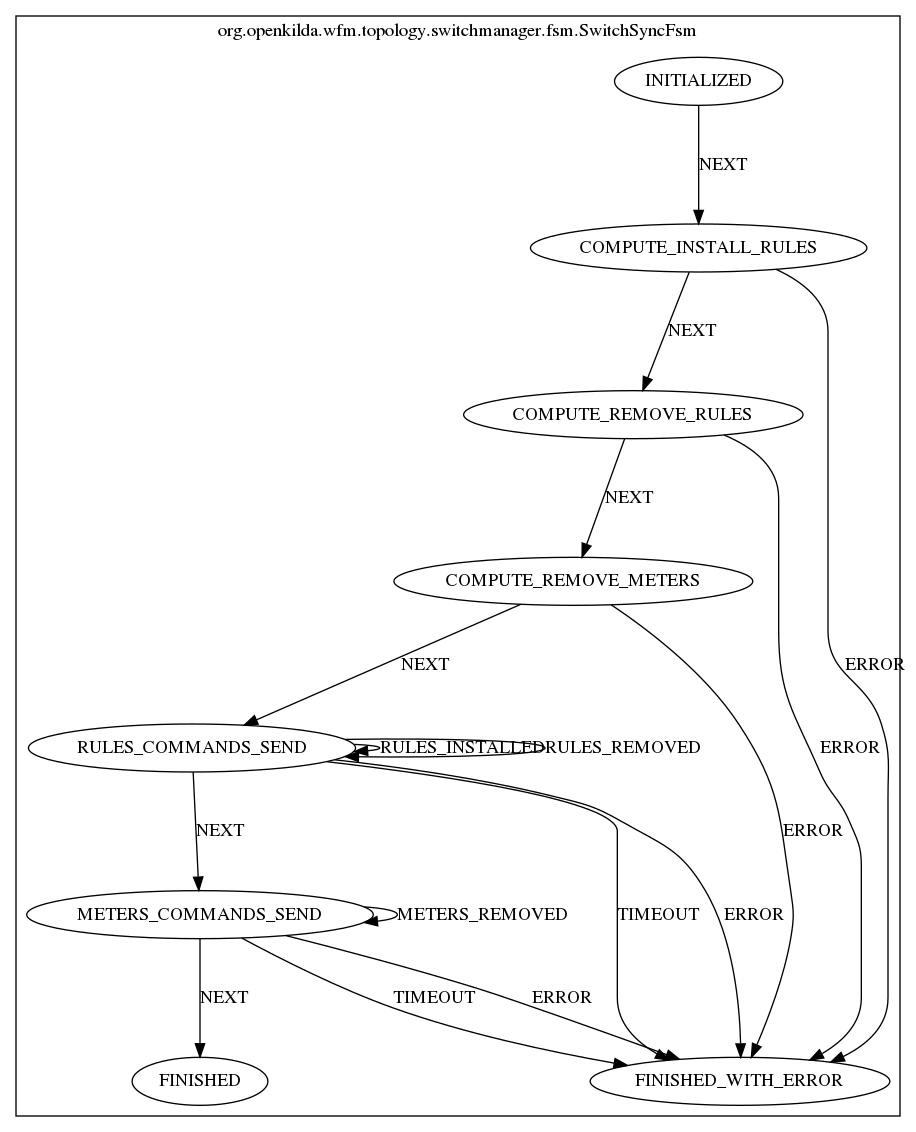
Earlier version of the Graphviz export docs/design/hub-and-spoke/switch-sync/switch-sync-fsm.png (telstra/open-kilda). Its source is kept beside it as docs/design/hub-and-spoke/switch-sync/switch-sync-fsm.dot.
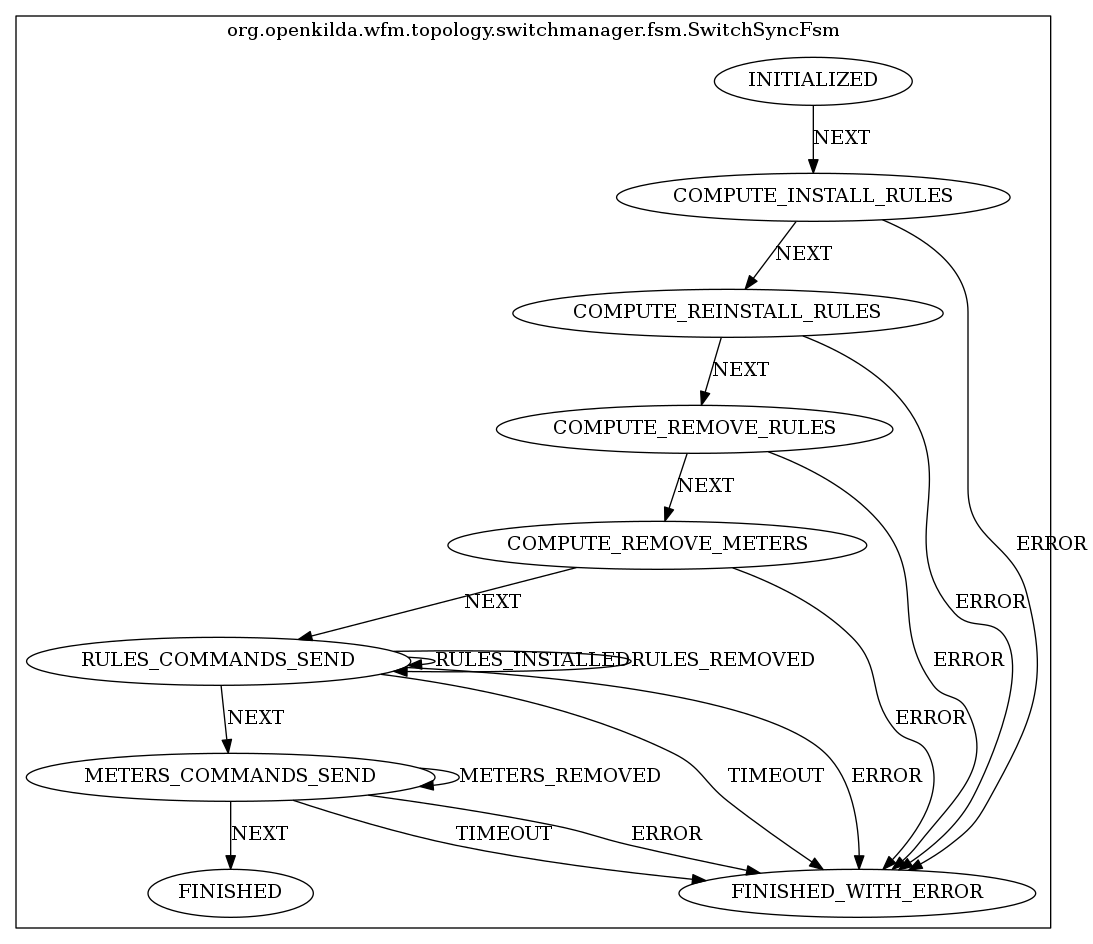
Later version of the same file.

Commit message:
Fixed incorrect reinstallation of server42 vlan/vxlan rules during switch sync

Diff of the diagram source:
```diff
@@ -3,6 +3,7 @@
 subgraph cluster_StateMachine {
 label="org.openkilda.wfm.topology.switchmanager.fsm.SwitchSyncFsm";
 COMPUTE_INSTALL_RULES [label="COMPUTE_INSTALL_RULES"];
+COMPUTE_REINSTALL_RULES [label="COMPUTE_REINSTALL_RULES"];
 RULES_COMMANDS_SEND [label="RULES_COMMANDS_SEND"];
 COMPUTE_REMOVE_METERS [label="COMPUTE_REMOVE_METERS"];
 COMPUTE_REMOVE_RULES [label="COMPUTE_REMOVE_RULES"];
@@ -12,7 +13,9 @@
 FINISHED_WITH_ERROR [label="FINISHED_WITH_ERROR"];
 
 COMPUTE_INSTALL_RULES -> FINISHED_WITH_ERROR [ label="ERROR"];
-COMPUTE_INSTALL_RULES -> COMPUTE_REMOVE_RULES [ label="NEXT"];
+COMPUTE_INSTALL_RULES -> COMPUTE_REINSTALL_RULES [ label="NEXT"];
+COMPUTE_REINSTALL_RULES -> FINISHED_WITH_ERROR [ label="ERROR"];
+COMPUTE_REINSTALL_RULES -> COMPUTE_REMOVE_RULES [ label="NEXT"];
 RULES_COMMANDS_SEND -> RULES_COMMANDS_SEND [ label="RULES_INSTALLED"];
 RULES_COMMANDS_SEND -> RULES_COMMANDS_SEND [ label="RULES_REMOVED"];
 RULES_COMMANDS_SEND -> FINISHED_WITH_ERROR [ label="TIMEOUT"];
```
